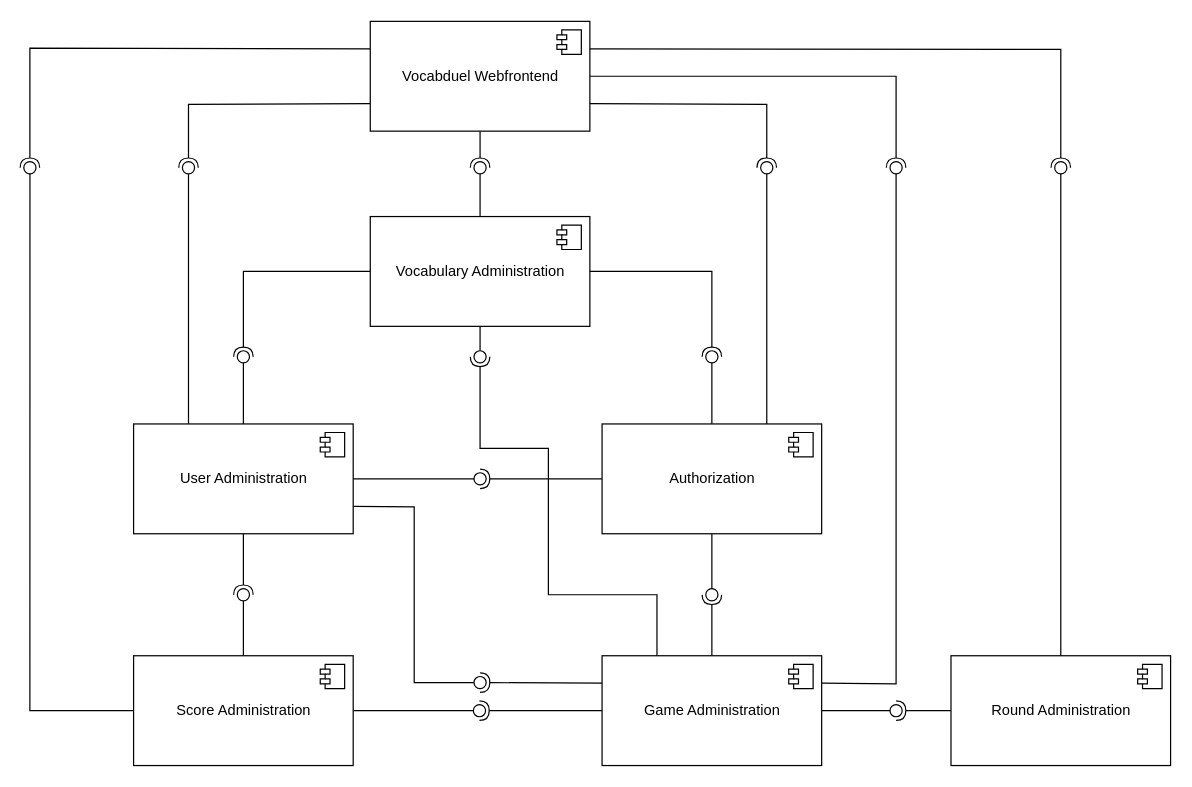
This is components_diagram.drawio from lucaslar/htw-kba-gr7-vocabduel-monorepo, a draw.io file, before an edit. Source tidied: cells renumbered, new cells numbered last; positions are measured from the earlier drawing's top-left corner, leaving out a move shared by most shapes. Both pictures are drawn from the tidied source at 122%, with x=0, y=0 at pixel (23, 21).
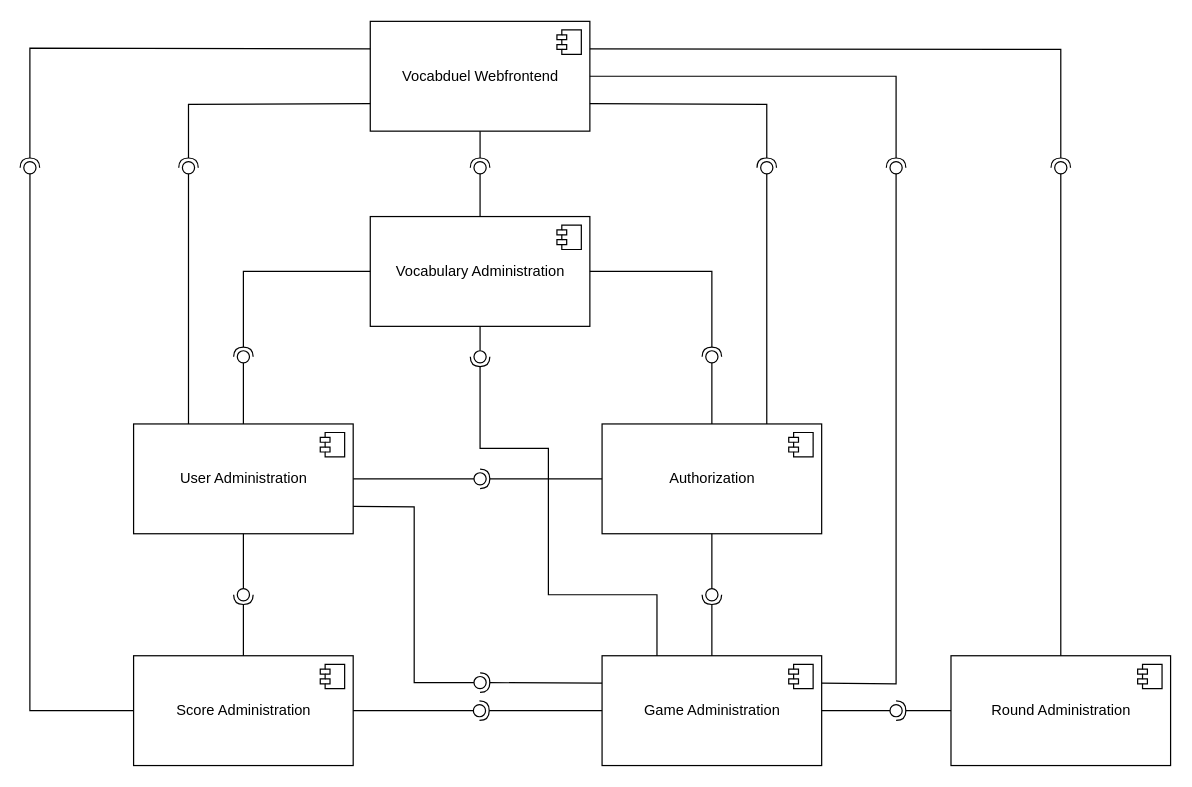
The same diagram, later.

Commit message:
Fixed relation between score and user administration components.

Unchanged cells that the change refers to:
```xml
<mxCell id="2" value="User Administration" style="html=1;" parent="1" vertex="1">
  <mxGeometry x="90" y="330" width="180" height="90" as="geometry" />
</mxCell>
<mxCell id="12" value="Score Administration" style="html=1;" parent="1" vertex="1">
  <mxGeometry x="90" y="520" width="180" height="90" as="geometry" />
</mxCell>
<mxCell id="34" style="ellipse;whiteSpace=wrap;html=1;fontFamily=Helvetica;fontSize=12;fontColor=#000000;align=center;strokeColor=#000000;fillColor=#ffffff;points=[];" parent="1" vertex="1">
  <mxGeometry x="175" y="465" width="10" height="10" as="geometry" />
</mxCell>
```

What changed in the source:
```diff
@@
-    <mxCell id="32" style="rounded=0;jettySize=auto;html=1;endArrow=none;endFill=0;exitX=0.5;exitY=0;exitDx=0;exitDy=0;" parent="1" edge="1" source="12" target="34">
+    <mxCell id="32" style="rounded=0;jettySize=auto;html=1;endArrow=none;endFill=0;" parent="1" edge="1" source="2" target="34">
       <mxGeometry relative="1" as="geometry" />
     </mxCell>
-    <mxCell id="33" style="rounded=0;jettySize=auto;html=1;endArrow=halfCircle;endFill=0;endSize=6;strokeWidth=1;exitX=0.5;exitY=1;exitDx=0;exitDy=0;" parent="1" edge="1" source="2">
+    <mxCell id="33" style="rounded=0;jettySize=auto;html=1;endArrow=halfCircle;endFill=0;endSize=6;strokeWidth=1;" parent="1" edge="1" source="12">
       <mxGeometry relative="1" as="geometry">
         <mxPoint x="180" y="470" as="targetPoint" />
       </mxGeometry>
     </mxCell>
```
